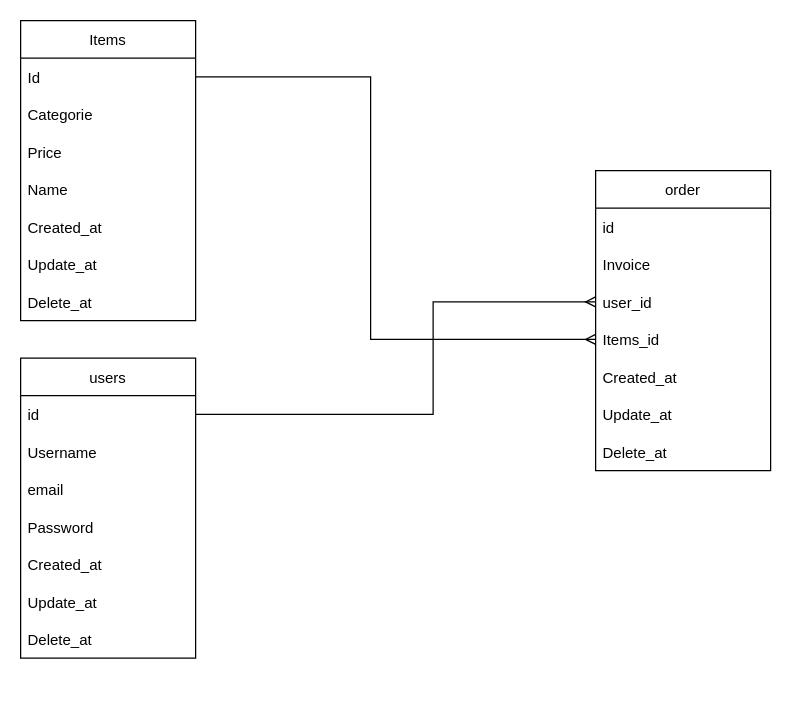
This is Untitled Diagram.drawio from tamir3232/TUGAS_Bingleshop, a draw.io file, before an edit. Source tidied: cells renumbered, new cells numbered last; positions are measured from the earlier drawing's top-left corner, leaving out a move shared by most shapes. Both pictures are drawn from the tidied source at 125%, with x=0, y=0 at pixel (20, 20).
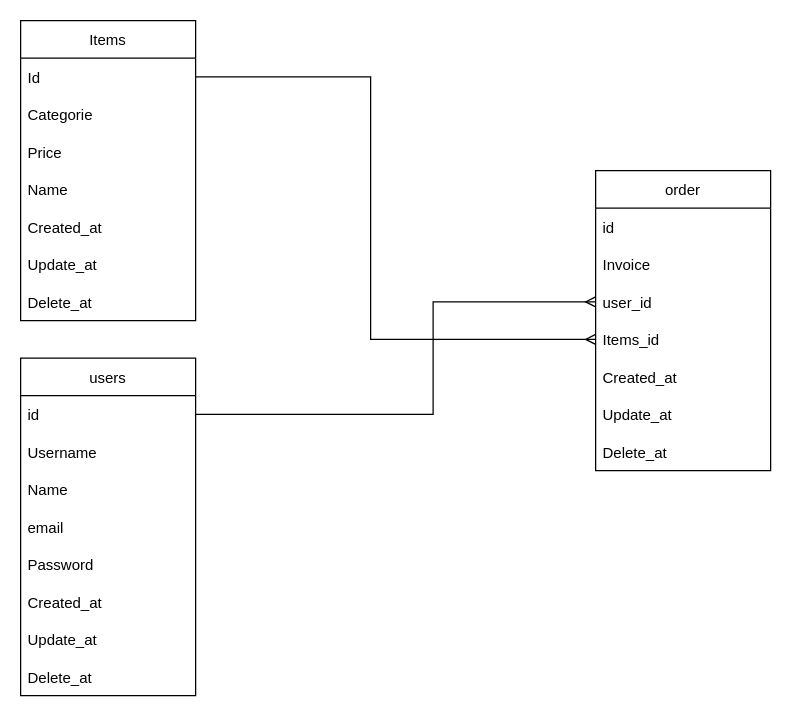
Above is the later version.

Diff of the diagram source:
```diff
@@
     <mxCell id="2" value="users" style="swimlane;fontStyle=0;horizontal=1;startSize=30;" parent="1" vertex="1">
-      <mxGeometry y="270" width="140" height="240" as="geometry" />
+      <mxGeometry y="270" width="140" height="270" as="geometry" />
     </mxCell>
@@
+    <mxCell id="28" value="Name" style="text;strokeColor=none;fillColor=none;align=left;verticalAlign=middle;spacingLeft=4;spacingRight=4;overflow=hidden;" parent="2" vertex="1">
+      <mxGeometry y="90" width="140" height="30" as="geometry" />
+    </mxCell>
     <mxCell id="5" value="email" style="text;strokeColor=none;fillColor=none;align=left;verticalAlign=middle;spacingLeft=4;spacingRight=4;overflow=hidden;" parent="2" vertex="1">
-      <mxGeometry y="90" width="140" height="30" as="geometry" />
+      <mxGeometry y="120" width="140" height="30" as="geometry" />
     </mxCell>
     <mxCell id="6" value="Password" style="text;strokeColor=none;fillColor=none;align=left;verticalAlign=middle;spacingLeft=4;spacingRight=4;overflow=hidden;" parent="2" vertex="1">
-      <mxGeometry y="120" width="140" height="30" as="geometry" />
+      <mxGeometry y="150" width="140" height="30" as="geometry" />
     </mxCell>
     <mxCell id="7" value="Created_at" style="text;strokeColor=none;fillColor=none;align=left;verticalAlign=middle;spacingLeft=4;spacingRight=4;overflow=hidden;" parent="2" vertex="1">
-      <mxGeometry y="150" width="140" height="30" as="geometry" />
+      <mxGeometry y="180" width="140" height="30" as="geometry" />
     </mxCell>
     <mxCell id="8" value="Update_at" style="text;strokeColor=none;fillColor=none;align=left;verticalAlign=middle;spacingLeft=4;spacingRight=4;overflow=hidden;" parent="2" vertex="1">
-      <mxGeometry y="180" width="140" height="30" as="geometry" />
+      <mxGeometry y="210" width="140" height="30" as="geometry" />
     </mxCell>
     <mxCell id="9" value="Delete_at" style="text;strokeColor=none;fillColor=none;align=left;verticalAlign=middle;spacingLeft=4;spacingRight=4;overflow=hidden;" parent="2" vertex="1">
-      <mxGeometry y="210" width="140" height="30" as="geometry" />
+      <mxGeometry y="240" width="140" height="30" as="geometry" />
     </mxCell>
```
